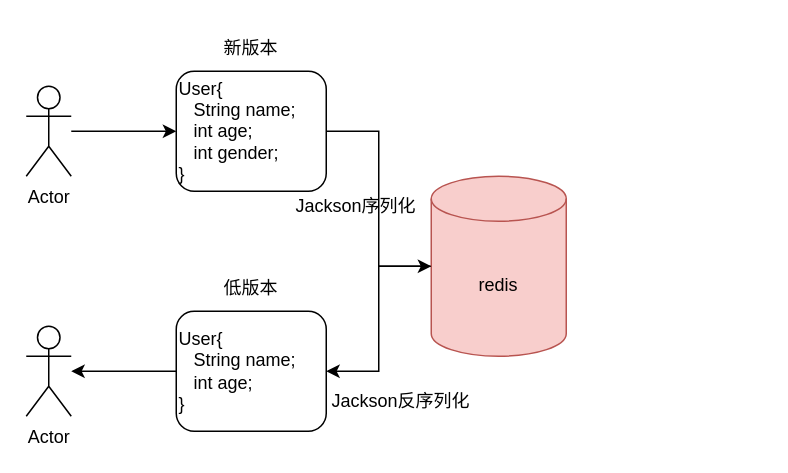
buxiangchixiangcai/draw keeps this draw.io diagram as jackson/Jackson潜在风险.drawio. Above is the earlier version. Source tidied: cells renumbered, new cells numbered last; positions are measured from the earlier drawing's top-left corner, leaving out a move shared by most shapes. Both pictures are drawn from the tidied source at 150%, with x=0, y=0 at pixel (26, 26).
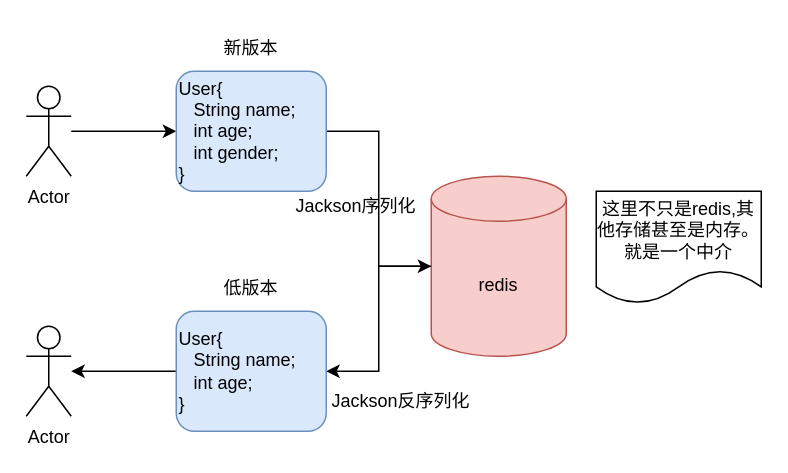
The same page after the edit.

Commit message (it also covers changes not shown here):
更新Jackson潜在风险.drawio

The edit, as a diff of the source:
```diff
@@
 <mxGraphModel>
   <root>
     <mxCell id="0" />
     <mxCell id="1" parent="0" />
     <mxCell id="2" style="edgeStyle=orthogonalEdgeStyle;rounded=0;jettySize=auto;html=1;entryX=1;entryY=0.5;entryDx=0;entryDy=0;" parent="1" edge="1" source="3" target="11">
       <mxGeometry relative="1" as="geometry" />
     </mxCell>
     <mxCell id="3" value="redis" style="shape=cylinder3;whiteSpace=wrap;html=1;boundedLbl=1;backgroundOutline=1;size=15;fillColor=#f8cecc;strokeColor=#b85450;" parent="1" vertex="1">
       <mxGeometry x="270" y="100" width="90" height="120" as="geometry" />
     </mxCell>
     <mxCell id="4" style="edgeStyle=orthogonalEdgeStyle;rounded=0;jettySize=auto;html=1;entryX=0;entryY=0.5;entryDx=0;entryDy=0;" parent="1" edge="1" source="5" target="7">
       <mxGeometry relative="1" as="geometry" />
     </mxCell>
     <mxCell id="5" value="Actor" style="shape=umlActor;verticalLabelPosition=bottom;verticalAlign=top;html=1;outlineConnect=0;" parent="1" vertex="1">
       <mxGeometry y="40" width="30" height="60" as="geometry" />
     </mxCell>
     <mxCell id="6" style="edgeStyle=orthogonalEdgeStyle;rounded=0;jettySize=auto;html=1;" parent="1" edge="1" source="7" target="3">
       <mxGeometry relative="1" as="geometry" />
     </mxCell>
-    <mxCell id="7" value="User&lt;span style=&quot;background-color: initial;&quot;&gt;{&lt;/span&gt;&lt;div&gt;&amp;nbsp; &amp;nbsp;String name;&lt;/div&gt;&lt;div&gt;&amp;nbsp; &amp;nbsp;int age;&lt;/div&gt;&lt;div&gt;&amp;nbsp; &amp;nbsp;int gender;&lt;br&gt;&lt;div&gt;&lt;div&gt;&lt;span style=&quot;background-color: initial;&quot;&gt;}&lt;/span&gt;&lt;/div&gt;&lt;/div&gt;&lt;/div&gt;" style="rounded=1;whiteSpace=wrap;html=1;align=left;" parent="1" vertex="1">
+    <mxCell id="7" value="User&lt;span style=&quot;background-color: initial;&quot;&gt;{&lt;/span&gt;&lt;div&gt;&amp;nbsp; &amp;nbsp;String name;&lt;/div&gt;&lt;div&gt;&amp;nbsp; &amp;nbsp;int age;&lt;/div&gt;&lt;div&gt;&amp;nbsp; &amp;nbsp;int gender;&lt;br&gt;&lt;div&gt;&lt;div&gt;&lt;span style=&quot;background-color: initial;&quot;&gt;}&lt;/span&gt;&lt;/div&gt;&lt;/div&gt;&lt;/div&gt;" style="rounded=1;whiteSpace=wrap;html=1;align=left;fillColor=#dae8fc;strokeColor=#6c8ebf;" parent="1" vertex="1">
       <mxGeometry x="100" y="30" width="100" height="80" as="geometry" />
     </mxCell>
     <mxCell id="8" value="新版本" style="text;html=1;align=center;verticalAlign=middle;whiteSpace=wrap;rounded=0;" parent="1" vertex="1">
       <mxGeometry x="120" width="60" height="30" as="geometry" />
     </mxCell>
     <mxCell id="9" value="Actor" style="shape=umlActor;verticalLabelPosition=bottom;verticalAlign=top;html=1;outlineConnect=0;" parent="1" vertex="1">
       <mxGeometry y="200" width="30" height="60" as="geometry" />
     </mxCell>
     <mxCell id="10" style="edgeStyle=orthogonalEdgeStyle;rounded=0;jettySize=auto;html=1;" parent="1" edge="1" source="11" target="9">
       <mxGeometry relative="1" as="geometry" />
     </mxCell>
-    <mxCell id="11" value="User&lt;span style=&quot;background-color: initial;&quot;&gt;{&lt;/span&gt;&lt;div&gt;&amp;nbsp; &amp;nbsp;String name;&lt;/div&gt;&lt;div&gt;&amp;nbsp; &amp;nbsp;int age;&lt;/div&gt;&lt;div&gt;&lt;div&gt;&lt;div&gt;&lt;span style=&quot;background-color: initial;&quot;&gt;}&lt;/span&gt;&lt;/div&gt;&lt;/div&gt;&lt;/div&gt;" style="rounded=1;whiteSpace=wrap;html=1;align=left;" parent="1" vertex="1">
+    <mxCell id="11" value="User&lt;span style=&quot;background-color: initial;&quot;&gt;{&lt;/span&gt;&lt;div&gt;&amp;nbsp; &amp;nbsp;String name;&lt;/div&gt;&lt;div&gt;&amp;nbsp; &amp;nbsp;int age;&lt;/div&gt;&lt;div&gt;&lt;div&gt;&lt;div&gt;&lt;span style=&quot;background-color: initial;&quot;&gt;}&lt;/span&gt;&lt;/div&gt;&lt;/div&gt;&lt;/div&gt;" style="rounded=1;whiteSpace=wrap;html=1;align=left;fillColor=#dae8fc;strokeColor=#6c8ebf;" parent="1" vertex="1">
       <mxGeometry x="100" y="190" width="100" height="80" as="geometry" />
     </mxCell>
     <mxCell id="12" value="低版本" style="text;html=1;align=center;verticalAlign=middle;whiteSpace=wrap;rounded=0;" parent="1" vertex="1">
       <mxGeometry x="120" y="160" width="60" height="30" as="geometry" />
     </mxCell>
     <mxCell id="13" value="Jackson序列化" style="text;html=1;align=center;verticalAlign=middle;whiteSpace=wrap;rounded=0;" parent="1" vertex="1">
       <mxGeometry x="170" y="100" width="100" height="40" as="geometry" />
     </mxCell>
     <mxCell id="14" value="Jackson反序列化" style="text;html=1;align=center;verticalAlign=middle;whiteSpace=wrap;rounded=0;" parent="1" vertex="1">
       <mxGeometry x="200" y="230" width="100" height="40" as="geometry" />
     </mxCell>
+    <mxCell id="15" value="这里不只是redis,其他存储甚至是内存。就是一个中介" style="shape=document;whiteSpace=wrap;html=1;boundedLbl=1;" parent="1" vertex="1">
+      <mxGeometry x="380" y="110" width="110" height="75" as="geometry" />
+    </mxCell>
   </root>
 </mxGraphModel>
```
